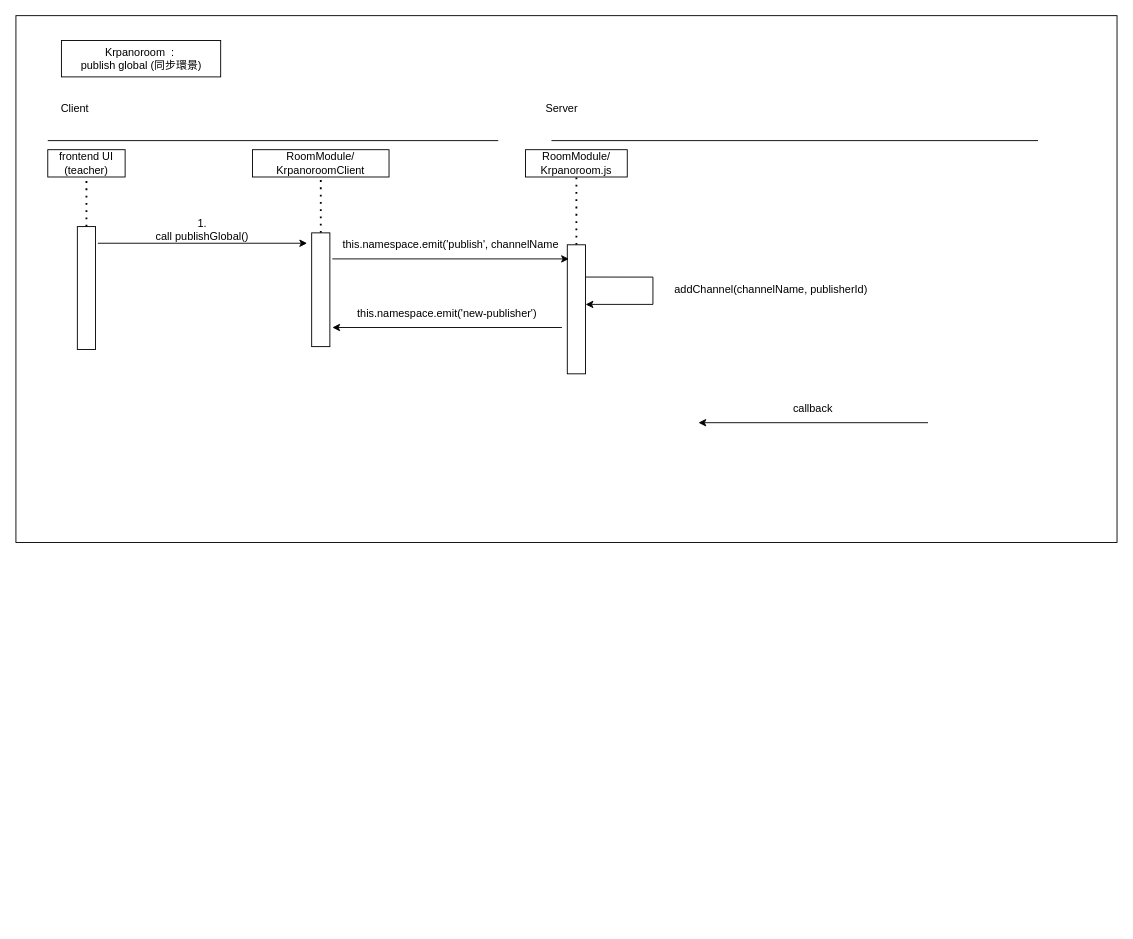
This is classroom-ultra-uml/sequence-diagram/Krpanoroom-publish.drawio from doremi31618/Assets, a draw.io file, before an edit. Source tidied: cells renumbered, new cells numbered last; positions are measured from the earlier drawing's top-left corner, leaving out a move shared by most shapes. Both pictures are drawn from the tidied source at 91%, with x=0, y=0 at pixel (15, 15).
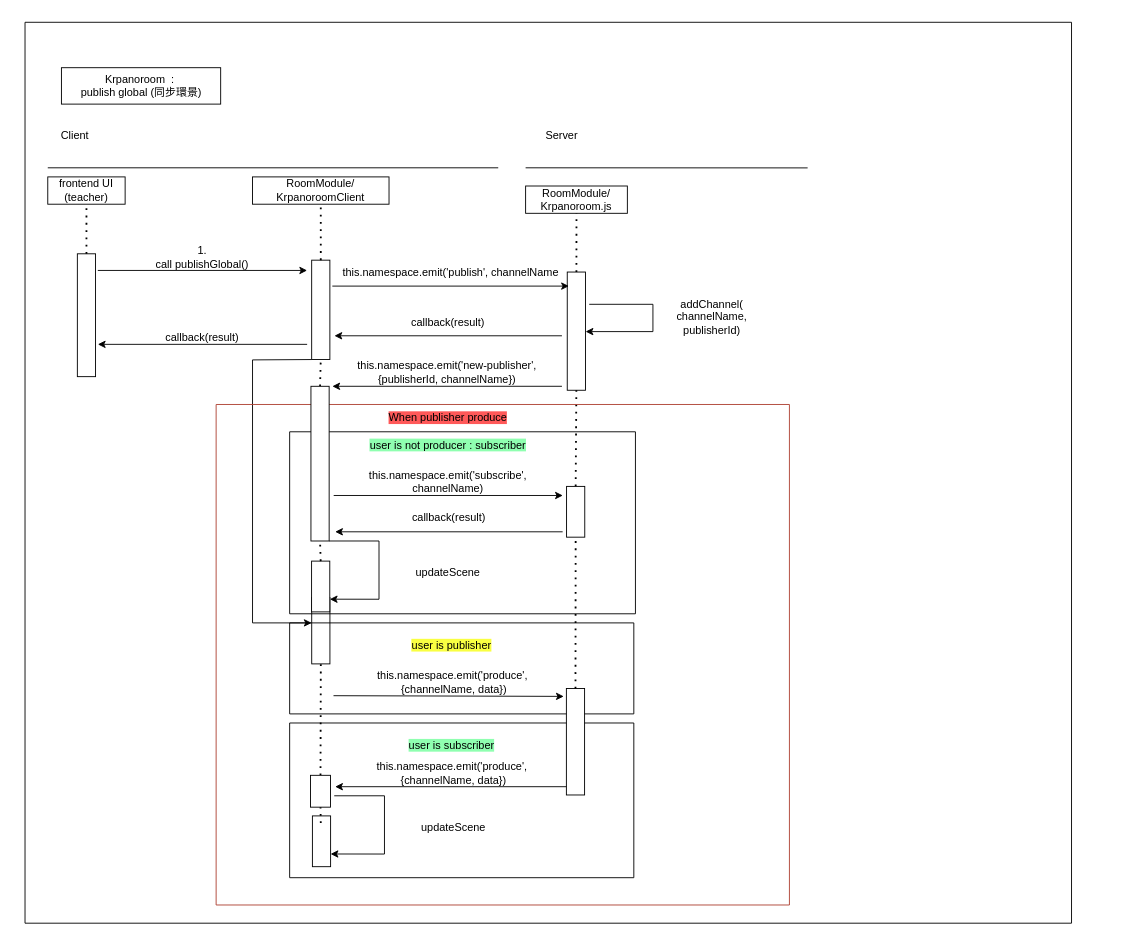
The same page after the edit.

The edit, as a diff of the source:
```diff
@@
-    <mxCell id="2" style="rounded=0;whiteSpace=wrap;html=1;" parent="1" vertex="1">
-      <mxGeometry y="-0.3" width="1210" height="578.9" as="geometry" />
-    </mxCell>
-    <mxCell id="3" style="endArrow=none;dashed=1;html=1;dashPattern=1 3;strokeWidth=2;rounded=0;entryX=0.5;entryY=1;entryDx=0;entryDy=0;startArrow=none;" parent="1" edge="1" source="13" target="12">
-      <mxGeometry relative="1" as="geometry" />
-    </mxCell>
+    <mxCell id="28" style="swimlane;startSize=0;fillColor=#FF5959;" parent="1" vertex="1">
+      <mxGeometry x="10" y="7" width="1150" height="990" as="geometry" />
+    </mxCell>
-    <mxCell id="4" style="rounded=0;whiteSpace=wrap;html=1;" parent="1" vertex="1">
-      <mxGeometry x="50" y="27" width="175" height="40" as="geometry" />
+    <mxCell id="4" style="rounded=0;whiteSpace=wrap;html=1;" parent="28" vertex="1">
+      <mxGeometry x="40" y="49.9" width="175" height="40" as="geometry" />
     </mxCell>
-    <mxCell id="5" value="RoomModule/&lt;br&gt;Krpanoroom.js" style="rounded=0;whiteSpace=wrap;html=1;" parent="1" vertex="1">
-      <mxGeometry x="560" y="147" width="111.8" height="30" as="geometry" />
-    </mxCell>
-    <mxCell id="6" style="endArrow=none;dashed=1;html=1;dashPattern=1 3;strokeWidth=2;rounded=0;entryX=0.5;entryY=1;entryDx=0;entryDy=0;startArrow=none;" parent="1" edge="1" source="14" target="5">
+    <mxCell id="6" style="endArrow=none;dashed=1;html=1;dashPattern=1 3;strokeWidth=2;rounded=0;entryX=0.5;entryY=1;entryDx=0;entryDy=0;startArrow=none;" parent="28" edge="1" source="14" target="5">
       <mxGeometry relative="1" as="geometry" />
     </mxCell>
-    <mxCell id="7" style="endArrow=none;html=1;rounded=0;" parent="1" edge="1">
+    <mxCell id="7" style="endArrow=none;html=1;rounded=0;" parent="28" edge="1">
       <mxGeometry relative="1" as="geometry">
-        <mxPoint x="35" y="137" as="sourcePoint" />
-        <mxPoint x="530" y="137" as="targetPoint" />
+        <mxPoint x="25" y="159.9" as="sourcePoint" />
+        <mxPoint x="520" y="159.9" as="targetPoint" />
       </mxGeometry>
     </mxCell>
-    <mxCell id="8" style="endArrow=none;html=1;rounded=0;" parent="1" edge="1">
+    <mxCell id="8" style="endArrow=none;html=1;rounded=0;" parent="28" edge="1">
       <mxGeometry relative="1" as="geometry">
-        <mxPoint x="588.5" y="137" as="sourcePoint" />
-        <mxPoint x="1123.2" y="137" as="targetPoint" />
+        <mxPoint x="550.1" y="159.9" as="sourcePoint" />
+        <mxPoint x="860" y="160" as="targetPoint" />
       </mxGeometry>
     </mxCell>
-    <mxCell id="9" value="Client" style="text;strokeColor=none;align=center;fillColor=none;html=1;verticalAlign=middle;whiteSpace=wrap;rounded=0;" parent="1" vertex="1">
-      <mxGeometry x="35" y="87" width="60" height="30" as="geometry" />
+    <mxCell id="9" value="Client" style="text;strokeColor=none;align=center;fillColor=none;html=1;verticalAlign=middle;whiteSpace=wrap;rounded=0;" parent="28" vertex="1">
+      <mxGeometry x="25" y="109.9" width="60" height="30" as="geometry" />
     </mxCell>
-    <mxCell id="10" value="Server" style="text;strokeColor=none;align=center;fillColor=none;html=1;verticalAlign=middle;whiteSpace=wrap;rounded=0;" parent="1" vertex="1">
-      <mxGeometry x="570" y="87" width="60" height="30" as="geometry" />
+    <mxCell id="10" value="Server" style="text;strokeColor=none;align=center;fillColor=none;html=1;verticalAlign=middle;whiteSpace=wrap;rounded=0;" parent="28" vertex="1">
+      <mxGeometry x="560" y="109.9" width="60" height="30" as="geometry" />
     </mxCell>
-    <mxCell id="11" value="Krpanoroom&amp;nbsp; :&amp;nbsp;&lt;br&gt;publish global (同步環景)" style="text;strokeColor=none;align=center;fillColor=none;html=1;verticalAlign=middle;whiteSpace=wrap;rounded=0;" parent="1" vertex="1">
-      <mxGeometry x="62.5" y="32" width="150" height="30" as="geometry" />
+    <mxCell id="11" value="Krpanoroom&amp;nbsp; :&amp;nbsp;&lt;br&gt;publish global (同步環景)" style="text;strokeColor=none;align=center;fillColor=none;html=1;verticalAlign=middle;whiteSpace=wrap;rounded=0;" parent="28" vertex="1">
+      <mxGeometry x="52.5" y="54.9" width="150" height="30" as="geometry" />
     </mxCell>
-    <mxCell id="12" value="RoomModule/&lt;br&gt;KrpanoroomClient" style="rounded=0;whiteSpace=wrap;html=1;" parent="1" vertex="1">
-      <mxGeometry x="260" y="147" width="150" height="30" as="geometry" />
+    <mxCell id="12" value="RoomModule/&lt;br&gt;KrpanoroomClient" style="rounded=0;whiteSpace=wrap;html=1;" parent="28" vertex="1">
+      <mxGeometry x="250" y="169.9" width="150" height="30" as="geometry" />
     </mxCell>
-    <mxCell id="13" style="rounded=0;whiteSpace=wrap;html=1;rotation=90;" parent="1" vertex="1">
-      <mxGeometry x="272.5" y="290.9" width="125" height="20" as="geometry" />
+    <mxCell id="13" style="rounded=0;whiteSpace=wrap;html=1;rotation=90;" parent="28" vertex="1">
+      <mxGeometry x="270.4" y="306" width="109.2" height="20" as="geometry" />
     </mxCell>
+    <mxCell id="3" style="endArrow=none;dashed=1;html=1;dashPattern=1 3;strokeWidth=2;rounded=0;entryX=0.5;entryY=1;entryDx=0;entryDy=0;startArrow=none;" parent="28" edge="1" source="13" target="12">
+      <mxGeometry relative="1" as="geometry" />
+    </mxCell>
-    <mxCell id="14" style="rounded=0;whiteSpace=wrap;html=1;rotation=90;spacing=4;" parent="1" vertex="1">
-      <mxGeometry x="545" y="312.4" width="141.8" height="20" as="geometry" />
+    <mxCell id="14" style="rounded=0;whiteSpace=wrap;html=1;rotation=90;spacing=4;" parent="28" vertex="1">
+      <mxGeometry x="540.9" y="329.4" width="129.9" height="20" as="geometry" />
     </mxCell>
-    <mxCell id="15" style="endArrow=classic;html=1;rounded=0;entryX=1;entryY=1;entryDx=0;entryDy=0;exitX=0;exitY=1;exitDx=0;exitDy=0;" parent="1" edge="1" source="16" target="16">
+    <mxCell id="15" style="endArrow=classic;html=1;rounded=0;entryX=1;entryY=1;entryDx=0;entryDy=0;exitX=0;exitY=1;exitDx=0;exitDy=0;" parent="28" edge="1" source="16" target="16">
       <mxGeometry relative="1" as="geometry" />
     </mxCell>
-    <mxCell id="16" value="1. &lt;br&gt;call publishGlobal()" style="text;strokeColor=none;align=center;fillColor=none;html=1;verticalAlign=middle;whiteSpace=wrap;rounded=0;" parent="1" vertex="1">
-      <mxGeometry x="90" y="219.8" width="230" height="30" as="geometry" />
+    <mxCell id="16" value="1. &lt;br&gt;call publishGlobal()" style="text;strokeColor=none;align=center;fillColor=none;html=1;verticalAlign=middle;whiteSpace=wrap;rounded=0;" parent="28" vertex="1">
+      <mxGeometry x="80" y="242.7" width="230" height="30" as="geometry" />
     </mxCell>
-    <mxCell id="17" value="frontend UI&lt;br&gt;(teacher)" style="rounded=0;whiteSpace=wrap;html=1;" parent="1" vertex="1">
-      <mxGeometry x="35" y="147" width="85" height="30" as="geometry" />
+    <mxCell id="17" value="frontend UI&lt;br&gt;(teacher)" style="rounded=0;whiteSpace=wrap;html=1;" parent="28" vertex="1">
+      <mxGeometry x="25" y="169.9" width="85" height="30" as="geometry" />
     </mxCell>
-    <mxCell id="18" style="rounded=0;whiteSpace=wrap;html=1;rotation=90;spacing=4;" parent="1" vertex="1">
-      <mxGeometry x="10" y="289" width="135" height="20" as="geometry" />
+    <mxCell id="18" style="rounded=0;whiteSpace=wrap;html=1;rotation=90;spacing=4;" parent="28" vertex="1">
+      <mxGeometry y="311.9" width="135" height="20" as="geometry" />
     </mxCell>
-    <mxCell id="19" style="endArrow=none;dashed=1;html=1;dashPattern=1 3;strokeWidth=2;rounded=0;entryX=0.5;entryY=1;entryDx=0;entryDy=0;exitX=0;exitY=0.5;exitDx=0;exitDy=0;" parent="1" edge="1" source="18" target="17">
+    <mxCell id="19" style="endArrow=none;dashed=1;html=1;dashPattern=1 3;strokeWidth=2;rounded=0;entryX=0.5;entryY=1;entryDx=0;entryDy=0;exitX=0;exitY=0.5;exitDx=0;exitDy=0;" parent="28" edge="1" source="18" target="17">
       <mxGeometry relative="1" as="geometry" />
     </mxCell>
-    <mxCell id="20" style="endArrow=classic;html=1;rounded=0;exitX=0;exitY=1;exitDx=0;exitDy=0;entryX=1;entryY=1;entryDx=0;entryDy=0;" parent="1" edge="1" source="21" target="21">
+    <mxCell id="20" style="endArrow=classic;html=1;rounded=0;exitX=0;exitY=1;exitDx=0;exitDy=0;entryX=1;entryY=1;entryDx=0;entryDy=0;" parent="28" edge="1" source="21" target="21">
       <mxGeometry relative="1" as="geometry" />
     </mxCell>
-    <mxCell id="21" value="this.namespace.emit('publish', channelName" style="text;strokeColor=none;align=center;fillColor=none;html=1;verticalAlign=middle;whiteSpace=wrap;rounded=0;" parent="1" vertex="1">
-      <mxGeometry x="347.7" y="237" width="260" height="30" as="geometry" />
+    <mxCell id="21" value="this.namespace.emit('publish', channelName" style="text;strokeColor=none;align=center;fillColor=none;html=1;verticalAlign=middle;whiteSpace=wrap;rounded=0;" parent="28" vertex="1">
+      <mxGeometry x="337.7" y="259.9" width="260" height="30" as="geometry" />
     </mxCell>
-    <mxCell id="22" style="endArrow=classic;html=1;rounded=0;exitX=0.25;exitY=0;exitDx=0;exitDy=0;" parent="1" edge="1" source="14">
+    <mxCell id="22" style="endArrow=classic;html=1;rounded=0;" parent="28" edge="1">
       <mxGeometry relative="1" as="geometry">
-        <mxPoint x="626" y="317" as="targetPoint" />
+        <mxPoint x="620" y="309.9" as="sourcePoint" />
+        <mxPoint x="616" y="339.9" as="targetPoint" />
         <Array as="points">
-          <mxPoint x="700" y="287" />
-          <mxPoint x="700" y="317" />
+          <mxPoint x="690" y="309.9" />
+          <mxPoint x="690" y="339.9" />
         </Array>
       </mxGeometry>
     </mxCell>
-    <mxCell id="23" value="addChannel(channelName, publisherId)" style="text;strokeColor=none;align=center;fillColor=none;html=1;verticalAlign=middle;whiteSpace=wrap;rounded=0;" parent="1" vertex="1">
-      <mxGeometry x="710" y="285.9" width="240" height="30" as="geometry" />
+    <mxCell id="23" value="addChannel(&lt;br&gt;channelName, &lt;br&gt;publisherId)" style="text;strokeColor=none;align=center;fillColor=none;html=1;verticalAlign=middle;whiteSpace=wrap;rounded=0;" parent="28" vertex="1">
+      <mxGeometry x="700" y="295" width="110" height="58.8" as="geometry" />
     </mxCell>
-    <mxCell id="24" style="endArrow=classic;html=1;rounded=0;exitX=1;exitY=1;exitDx=0;exitDy=0;entryX=0;entryY=1;entryDx=0;entryDy=0;" parent="1" edge="1" source="25" target="25">
+    <mxCell id="24" style="endArrow=classic;html=1;rounded=0;exitX=1;exitY=1;exitDx=0;exitDy=0;entryX=0;entryY=1;entryDx=0;entryDy=0;" parent="28" edge="1" source="25" target="25">
       <mxGeometry relative="1" as="geometry" />
     </mxCell>
-    <mxCell id="25" value="this.namespace.emit('new-publisher')" style="text;strokeColor=none;align=center;fillColor=none;html=1;verticalAlign=middle;whiteSpace=wrap;rounded=0;" parent="1" vertex="1">
-      <mxGeometry x="347.7" y="312.4" width="252.3" height="30" as="geometry" />
+    <mxCell id="25" value="this.namespace.emit('new-publisher', {publisherId, channelName})" style="text;strokeColor=none;align=center;fillColor=none;html=1;verticalAlign=middle;whiteSpace=wrap;rounded=0;" parent="28" vertex="1">
+      <mxGeometry x="337.7" y="370" width="252.3" height="30" as="geometry" />
     </mxCell>
-    <mxCell id="26" value="callback" style="text;strokeColor=none;align=center;fillColor=none;html=1;verticalAlign=middle;whiteSpace=wrap;rounded=0;" parent="1" vertex="1">
-      <mxGeometry x="750" y="417" width="252.3" height="30" as="geometry" />
-    </mxCell>
-    <mxCell id="27" style="endArrow=classic;html=1;rounded=0;exitX=1;exitY=1;exitDx=0;exitDy=0;entryX=0;entryY=1;entryDx=0;entryDy=0;" parent="1" edge="1" source="26" target="26">
-      <mxGeometry relative="1" as="geometry" />
-    </mxCell>
+    <mxCell id="29" value="&lt;br&gt;callback(result)" style="text;strokeColor=none;align=center;fillColor=none;html=1;verticalAlign=middle;whiteSpace=wrap;rounded=0;" parent="28" vertex="1">
+      <mxGeometry x="80" y="323.9" width="230" height="30" as="geometry" />
+    </mxCell>
+    <mxCell id="30" style="endArrow=classic;html=1;rounded=0;exitX=1;exitY=1;exitDx=0;exitDy=0;entryX=0;entryY=1;entryDx=0;entryDy=0;" parent="28" edge="1" source="29" target="29">
+      <mxGeometry relative="1" as="geometry" />
+    </mxCell>
+    <mxCell id="5" value="RoomModule/&lt;br&gt;Krpanoroom.js" style="rounded=0;whiteSpace=wrap;html=1;" parent="28" vertex="1">
+      <mxGeometry x="550.1" y="179.9" width="111.8" height="30" as="geometry" />
+    </mxCell>
+    <mxCell id="31" value="callback(result)" style="text;strokeColor=none;align=center;fillColor=none;html=1;verticalAlign=middle;whiteSpace=wrap;rounded=0;" parent="28" vertex="1">
+      <mxGeometry x="340" y="314.5" width="250" height="30" as="geometry" />
+    </mxCell>
+    <mxCell id="32" style="endArrow=classic;html=1;rounded=0;exitX=1;exitY=1;exitDx=0;exitDy=0;entryX=0;entryY=1;entryDx=0;entryDy=0;" parent="28" edge="1" source="31" target="31">
+      <mxGeometry relative="1" as="geometry" />
+    </mxCell>
+    <mxCell id="33" style="endArrow=none;dashed=1;html=1;dashPattern=1 3;strokeWidth=2;rounded=0;entryX=1;entryY=0.5;entryDx=0;entryDy=0;exitX=0;exitY=0.5;exitDx=0;exitDy=0;" parent="28" edge="1" source="56" target="14">
+      <mxGeometry relative="1" as="geometry" />
+    </mxCell>
+    <mxCell id="34" style="endArrow=none;dashed=1;html=1;dashPattern=1 3;strokeWidth=2;rounded=0;entryX=1;entryY=0.5;entryDx=0;entryDy=0;exitX=0.5;exitY=0;exitDx=0;exitDy=0;" parent="28" edge="1" source="61" target="13">
+      <mxGeometry relative="1" as="geometry" />
+    </mxCell>
+    <mxCell id="35" style="rounded=0;whiteSpace=wrap;html=1;rotation=90;spacing=4;" parent="28" vertex="1">
+      <mxGeometry x="288.6" y="658.6" width="72.9" height="20" as="geometry" />
+    </mxCell>
+    <mxCell id="36" style="endArrow=classic;html=1;rounded=0;exitX=1;exitY=1;exitDx=0;exitDy=0;" parent="28" edge="1" source="13">
+      <mxGeometry relative="1" as="geometry">
+        <mxPoint x="315" y="660" as="targetPoint" />
+        <Array as="points">
+          <mxPoint x="250" y="371" />
+          <mxPoint x="250" y="660" />
+        </Array>
+      </mxGeometry>
+    </mxCell>
+    <mxCell id="37" style="endArrow=none;dashed=1;html=1;dashPattern=1 3;strokeWidth=2;rounded=0;fontColor=#000000;entryX=1;entryY=0.5;entryDx=0;entryDy=0;exitX=0;exitY=0.5;exitDx=0;exitDy=0;" parent="28" edge="1" source="35" target="62">
+      <mxGeometry relative="1" as="geometry" />
+    </mxCell>
+    <mxCell id="38" style="endArrow=none;dashed=1;html=1;dashPattern=1 3;strokeWidth=2;rounded=0;fontColor=#000000;entryX=1;entryY=0.5;entryDx=0;entryDy=0;exitX=0.5;exitY=0;exitDx=0;exitDy=0;" parent="28" edge="1" source="42" target="35">
+      <mxGeometry relative="1" as="geometry" />
+    </mxCell>
+    <mxCell id="39" style="swimlane;startSize=0;labelBackgroundColor=#F9FF42;rounded=0;shadow=0;glass=0;fillColor=#fad9d5;strokeColor=#ae4132;fillStyle=auto;" parent="28" vertex="1">
+      <mxGeometry x="210" y="420" width="630" height="550" as="geometry" />
+    </mxCell>
+    <mxCell id="40" style="swimlane;startSize=0;labelBackgroundColor=#F9FF42;fontColor=#000000;fillColor=#8FFFB0;" parent="39" vertex="1">
+      <mxGeometry x="80.8" y="350" width="378.2" height="170" as="geometry" />
+    </mxCell>
+    <mxCell id="41" value="&lt;span style=&quot;background-color: rgb(143, 255, 176);&quot;&gt;user is subscriber&lt;/span&gt;" style="text;strokeColor=none;align=center;fillColor=none;html=1;verticalAlign=middle;whiteSpace=wrap;rounded=0;" parent="40" vertex="1">
+      <mxGeometry x="58.3" y="10" width="240" height="30" as="geometry" />
+    </mxCell>
+    <mxCell id="42" style="whiteSpace=wrap;html=1;labelBackgroundColor=#F9FF42;fontColor=#000000;" parent="40" vertex="1">
+      <mxGeometry x="22.9" y="57.5" width="22" height="35" as="geometry" />
+    </mxCell>
+    <mxCell id="43" value="this.namespace.emit('produce',&lt;br style=&quot;border-color: var(--border-color);&quot;&gt;&amp;nbsp;{channelName, data})" style="text;strokeColor=none;align=center;fillColor=none;html=1;verticalAlign=middle;whiteSpace=wrap;rounded=0;fontColor=#000000;" parent="40" vertex="1">
+      <mxGeometry x="50" y="40" width="256.6" height="30" as="geometry" />
+    </mxCell>
+    <mxCell id="44" style="endArrow=classic;html=1;rounded=0;fontColor=#000000;exitX=1;exitY=1;exitDx=0;exitDy=0;entryX=0;entryY=1;entryDx=0;entryDy=0;" parent="40" edge="1" source="43" target="43">
+      <mxGeometry relative="1" as="geometry" />
+    </mxCell>
+    <mxCell id="45" style="rounded=0;whiteSpace=wrap;html=1;rotation=90;spacing=4;" parent="40" vertex="1">
+      <mxGeometry x="7.1" y="120" width="55.8" height="20" as="geometry" />
+    </mxCell>
+    <mxCell id="46" style="endArrow=classic;html=1;rounded=0;exitX=1;exitY=1;exitDx=0;exitDy=0;entryX=0.75;entryY=0;entryDx=0;entryDy=0;" parent="40" edge="1" target="45">
+      <mxGeometry relative="1" as="geometry">
+        <mxPoint x="49" y="80" as="sourcePoint" />
+        <Array as="points">
+          <mxPoint x="104.2" y="80" />
+          <mxPoint x="104.2" y="144" />
+        </Array>
+      </mxGeometry>
+    </mxCell>
+    <mxCell id="47" value="updateScene" style="text;strokeColor=none;align=center;fillColor=none;html=1;verticalAlign=middle;whiteSpace=wrap;rounded=0;" parent="40" vertex="1">
+      <mxGeometry x="130.2" y="100" width="100.1" height="30" as="geometry" />
+    </mxCell>
+    <mxCell id="48" style="endArrow=none;dashed=1;html=1;dashPattern=1 3;strokeWidth=2;rounded=0;fontColor=#000000;entryX=0.5;entryY=1;entryDx=0;entryDy=0;" parent="40" edge="1" target="42">
+      <mxGeometry relative="1" as="geometry">
+        <mxPoint x="34.2" y="110" as="sourcePoint" />
+      </mxGeometry>
+    </mxCell>
+    <mxCell id="49" style="swimlane;startSize=0;fillColor=#F9FF42;" parent="39" vertex="1">
+      <mxGeometry x="80.8" y="240" width="378.2" height="100" as="geometry" />
+    </mxCell>
+    <mxCell id="50" value="&lt;span style=&quot;background-color: rgb(249, 255, 66);&quot;&gt;user is publisher&lt;/span&gt;" style="text;strokeColor=none;align=center;fillColor=none;html=1;verticalAlign=middle;whiteSpace=wrap;rounded=0;" parent="49" vertex="1">
+      <mxGeometry x="58.3" y="10" width="240" height="30" as="geometry" />
+    </mxCell>
+    <mxCell id="51" value="&lt;font color=&quot;#000000&quot;&gt;this.namespace.emit('produce',&lt;br&gt;&amp;nbsp;{channelName, data})&lt;/font&gt;" style="text;strokeColor=none;align=center;fillColor=none;html=1;verticalAlign=middle;whiteSpace=wrap;rounded=0;fontColor=#008F26;" parent="49" vertex="1">
+      <mxGeometry x="48.2" y="50" width="261.8" height="30" as="geometry" />
+    </mxCell>
+    <mxCell id="52" style="endArrow=classic;html=1;rounded=0;fontColor=#000000;exitX=0;exitY=1;exitDx=0;exitDy=0;entryX=0.074;entryY=1.144;entryDx=0;entryDy=0;entryPerimeter=0;" parent="49" edge="1" source="51" target="53">
+      <mxGeometry relative="1" as="geometry" />
+    </mxCell>
+    <mxCell id="53" style="rounded=0;whiteSpace=wrap;html=1;rotation=90;spacing=4;" parent="49" vertex="1">
+      <mxGeometry x="255.6" y="120.6" width="117" height="20" as="geometry" />
+    </mxCell>
+    <mxCell id="54" style="swimlane;startSize=0;fillColor=#8FFFB0;" parent="39" vertex="1">
+      <mxGeometry x="80.8" y="30" width="380" height="200" as="geometry" />
+    </mxCell>
+    <mxCell id="55" value="&lt;span style=&quot;background-color: rgb(143, 255, 176);&quot;&gt;user is not producer : subscriber&lt;/span&gt;" style="text;strokeColor=none;align=center;fillColor=none;html=1;verticalAlign=middle;whiteSpace=wrap;rounded=0;" parent="54" vertex="1">
+      <mxGeometry x="54.3" width="240" height="30" as="geometry" />
+    </mxCell>
+    <mxCell id="56" style="rounded=0;whiteSpace=wrap;html=1;rotation=90;spacing=4;" parent="54" vertex="1">
+      <mxGeometry x="286.4" y="77.9" width="55.8" height="20" as="geometry" />
+    </mxCell>
+    <mxCell id="57" value="this.namespace.emit('subscribe', channelName)" style="text;strokeColor=none;align=center;fillColor=none;html=1;verticalAlign=middle;whiteSpace=wrap;rounded=0;" parent="54" vertex="1">
+      <mxGeometry x="48.4" y="40" width="251.8" height="30" as="geometry" />
+    </mxCell>
+    <mxCell id="58" style="endArrow=classic;html=1;rounded=0;exitX=0;exitY=1;exitDx=0;exitDy=0;entryX=1;entryY=1;entryDx=0;entryDy=0;" parent="54" edge="1" source="57" target="57">
+      <mxGeometry relative="1" as="geometry" />
+    </mxCell>
+    <mxCell id="59" value="callback(result)" style="text;strokeColor=none;align=center;fillColor=none;html=1;verticalAlign=middle;whiteSpace=wrap;rounded=0;" parent="54" vertex="1">
+      <mxGeometry x="50" y="79.9" width="250" height="30" as="geometry" />
+    </mxCell>
+    <mxCell id="60" style="endArrow=classic;html=1;rounded=0;exitX=1;exitY=1;exitDx=0;exitDy=0;entryX=0;entryY=1;entryDx=0;entryDy=0;" parent="54" edge="1" source="59" target="59">
+      <mxGeometry relative="1" as="geometry" />
+    </mxCell>
+    <mxCell id="61" style="rounded=0;whiteSpace=wrap;html=1;" parent="54" vertex="1">
+      <mxGeometry x="23.4" y="-50" width="20" height="170" as="geometry" />
+    </mxCell>
+    <mxCell id="62" style="rounded=0;whiteSpace=wrap;html=1;rotation=90;spacing=4;" parent="54" vertex="1">
+      <mxGeometry x="6.2" y="160" width="55.8" height="20" as="geometry" />
+    </mxCell>
+    <mxCell id="63" style="endArrow=classic;html=1;rounded=0;exitX=1;exitY=1;exitDx=0;exitDy=0;entryX=0.75;entryY=0;entryDx=0;entryDy=0;" parent="54" edge="1" source="61" target="62">
+      <mxGeometry relative="1" as="geometry">
+        <Array as="points">
+          <mxPoint x="98.2" y="120" />
+          <mxPoint x="98.2" y="184" />
+        </Array>
+      </mxGeometry>
+    </mxCell>
+    <mxCell id="64" value="updateScene" style="text;strokeColor=none;align=center;fillColor=none;html=1;verticalAlign=middle;whiteSpace=wrap;rounded=0;" parent="54" vertex="1">
+      <mxGeometry x="124.2" y="140" width="100.1" height="30" as="geometry" />
+    </mxCell>
+    <mxCell id="65" style="endArrow=none;dashed=1;html=1;dashPattern=1 3;strokeWidth=2;rounded=0;entryX=0.5;entryY=1;entryDx=0;entryDy=0;exitX=0;exitY=0.5;exitDx=0;exitDy=0;" parent="54" edge="1" source="62" target="61">
+      <mxGeometry relative="1" as="geometry" />
+    </mxCell>
+    <mxCell id="66" style="endArrow=none;dashed=1;html=1;dashPattern=1 3;strokeWidth=2;rounded=0;fontColor=#000000;entryX=1;entryY=0.5;entryDx=0;entryDy=0;exitX=0;exitY=0.5;exitDx=0;exitDy=0;" parent="39" edge="1" source="53" target="56">
+      <mxGeometry relative="1" as="geometry" />
+    </mxCell>
+    <mxCell id="67" value="&lt;span style=&quot;background-color: rgb(255, 89, 89);&quot;&gt;When publisher produce&lt;/span&gt;" style="text;strokeColor=none;align=center;fillColor=none;html=1;verticalAlign=middle;whiteSpace=wrap;rounded=0;fontColor=#000000;" parent="39" vertex="1">
+      <mxGeometry x="165" width="180" height="30" as="geometry" />
+    </mxCell>
```
